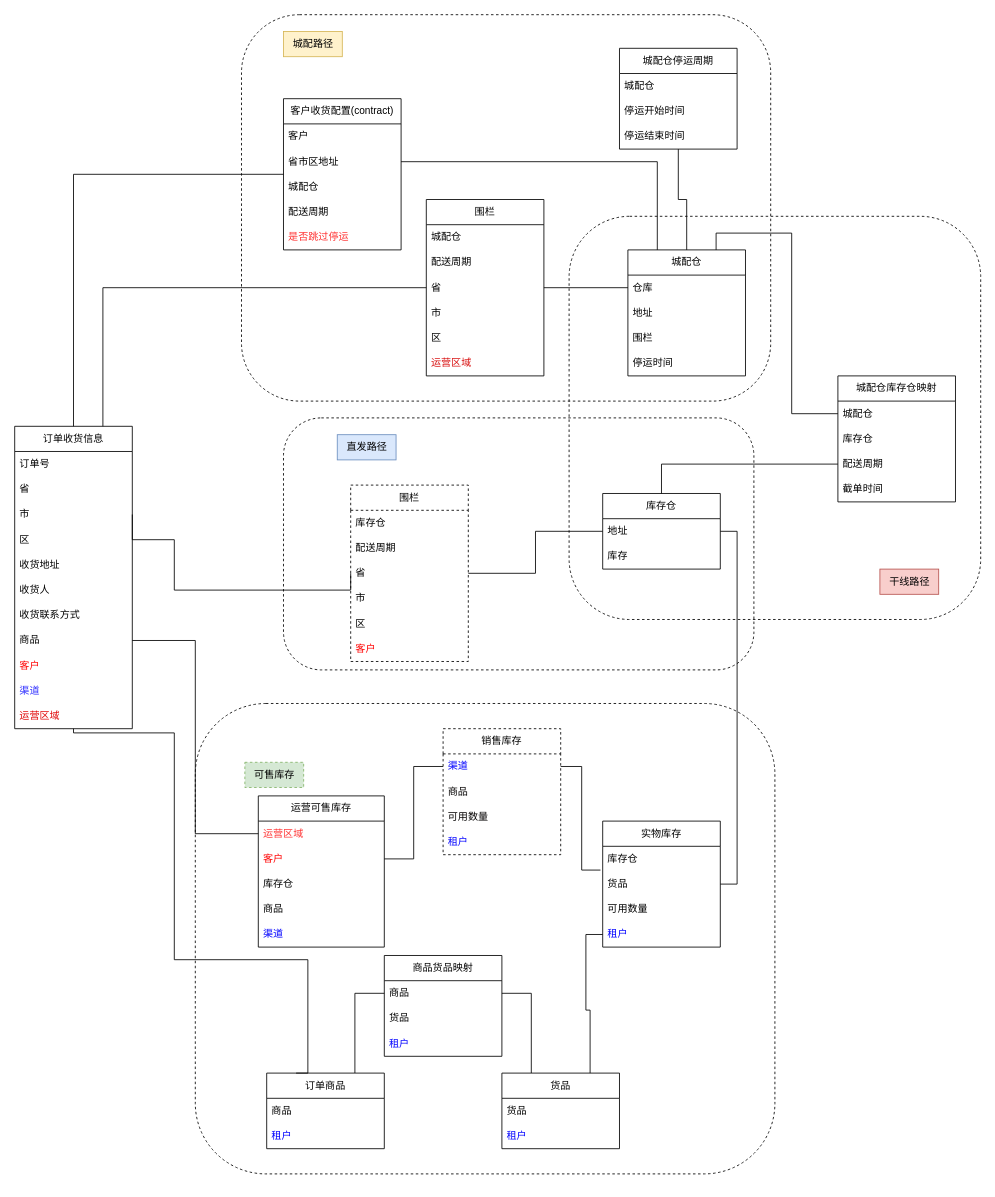
The draw.io diagram draw.io/履约调度逻辑.drawio in zzqfsy/zzqfsy.github.io, before the edit. Source tidied: cells renumbered, new cells numbered last; positions are measured from the earlier drawing's top-left corner, leaving out a move shared by most shapes. Both pictures are drawn from the tidied source at 84%, with x=0, y=0 at pixel (14, 14).
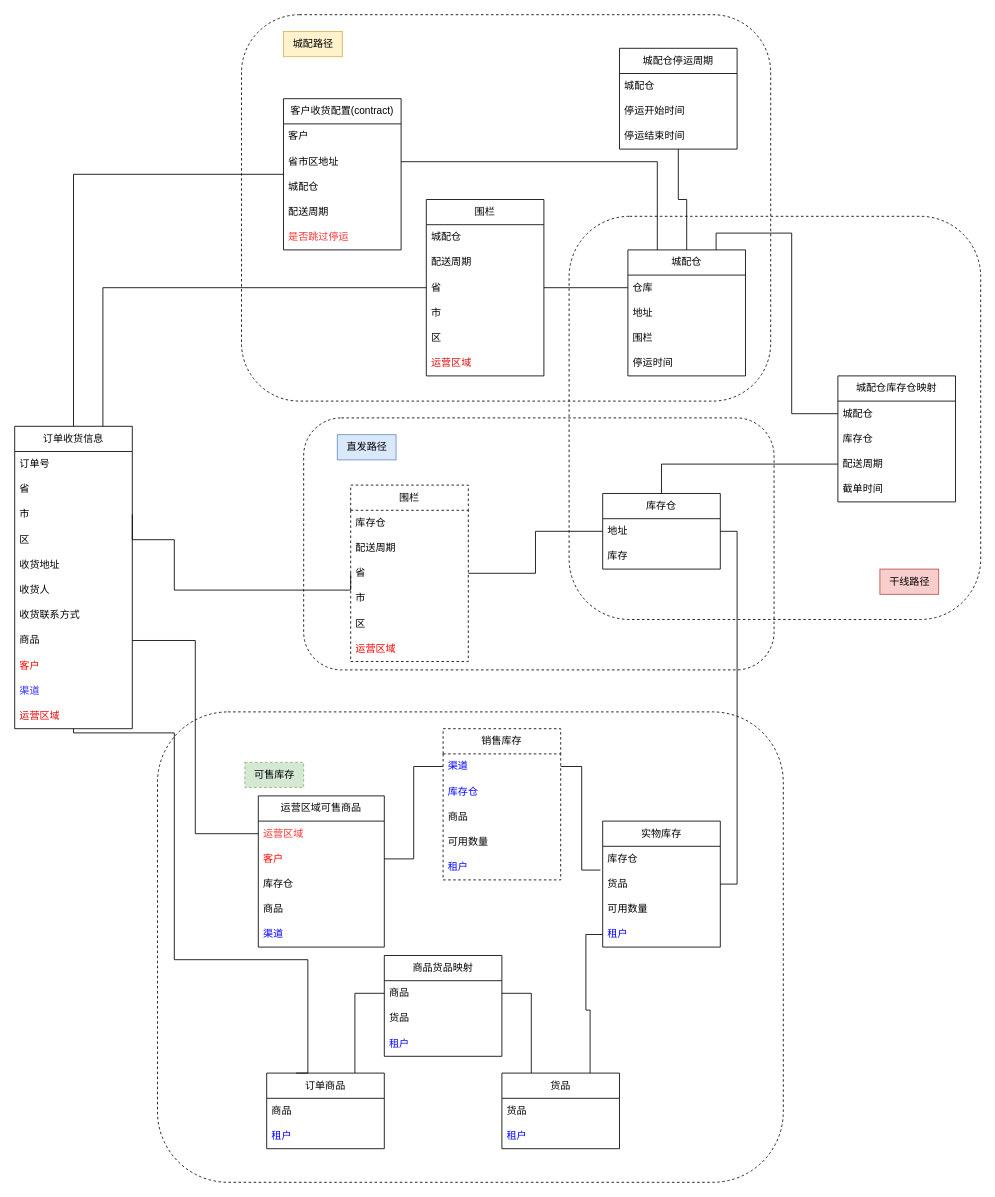
The same diagram, later.

Commit message (it also covers changes not shown here):
更新履约调度逻辑.drawio

The change refers to these unchanged cells:
```xml
<mxCell id="82" value="围栏" style="swimlane;fontStyle=0;horizontal=1;startSize=30;whiteSpace=wrap;html=1;fillStyle=auto;fillColor=none;gradientColor=default;dashed=1;" parent="1" vertex="1">
  <mxGeometry x="400" y="560" width="140" height="210" as="geometry" />
</mxCell>
```

The edit, as a diff of the source:
```diff
@@
-    <mxCell id="73" value="运营可售库存" style="swimlane;fontStyle=0;horizontal=1;startSize=30;whiteSpace=wrap;html=1;" parent="1" vertex="1">
+    <mxCell id="73" value="运营区域可售商品" style="swimlane;fontStyle=0;horizontal=1;startSize=30;whiteSpace=wrap;html=1;" parent="1" vertex="1">
       <mxGeometry x="290" y="930" width="150" height="180" as="geometry" />
     </mxCell>
@@
-    <mxCell id="88" value="客户" style="text;strokeColor=none;fillColor=none;align=left;verticalAlign=middle;spacingLeft=4;spacingRight=4;overflow=hidden;whiteSpace=wrap;html=1;dashed=1;fillStyle=auto;fontColor=#FF0000;" parent="82" vertex="1">
+    <mxCell id="88" value="运营区域" style="text;strokeColor=none;fillColor=none;align=left;verticalAlign=middle;spacingLeft=4;spacingRight=4;overflow=hidden;whiteSpace=wrap;html=1;dashed=1;fillStyle=auto;fontColor=#FF0000;" parent="82" vertex="1">
       <mxGeometry y="180" width="140" height="30" as="geometry" />
     </mxCell>
@@
     <mxCell id="91" style="rounded=1;whiteSpace=wrap;html=1;dashed=1;fillStyle=auto;fillColor=none;gradientColor=default;" parent="1" vertex="1">
-      <mxGeometry x="215" y="820" width="690" height="560" as="geometry" />
+      <mxGeometry x="170" y="830" width="745" height="560" as="geometry" />
     </mxCell>
     <mxCell id="92" style="rounded=1;whiteSpace=wrap;html=1;dashed=1;fillStyle=auto;fillColor=none;gradientColor=default;" parent="1" vertex="1">
-      <mxGeometry x="320" y="480" width="560" height="300" as="geometry" />
+      <mxGeometry x="344" y="480" width="560" height="300" as="geometry" />
     </mxCell>
@@
     <mxCell id="95" value="&lt;font color=&quot;#000000&quot;&gt;销售库存&lt;/font&gt;" style="swimlane;fontStyle=0;horizontal=1;startSize=30;whiteSpace=wrap;html=1;dashed=1;fillStyle=auto;fontColor=#FF0000;fillColor=none;gradientColor=default;" parent="1" vertex="1">
-      <mxGeometry x="510" y="850" width="140" height="150" as="geometry" />
+      <mxGeometry x="510" y="850" width="140" height="180" as="geometry" />
     </mxCell>
@@
+    <mxCell id="102" value="&lt;font color=&quot;#0000ff&quot;&gt;库存仓&lt;/font&gt;" style="text;strokeColor=none;fillColor=none;align=left;verticalAlign=middle;spacingLeft=4;spacingRight=4;overflow=hidden;whiteSpace=wrap;html=1;dashed=1;fillStyle=auto;fontColor=#FF0000;" parent="95" vertex="1">
+      <mxGeometry y="60" width="140" height="30" as="geometry" />
+    </mxCell>
     <mxCell id="97" value="商品" style="text;strokeColor=none;fillColor=none;align=left;verticalAlign=middle;spacingLeft=4;spacingRight=4;overflow=hidden;whiteSpace=wrap;html=1;dashed=1;fillStyle=auto;fontColor=#030000;" parent="95" vertex="1">
-      <mxGeometry y="60" width="140" height="30" as="geometry" />
+      <mxGeometry y="90" width="140" height="30" as="geometry" />
     </mxCell>
     <mxCell id="98" value="可用数量" style="text;strokeColor=none;fillColor=none;align=left;verticalAlign=middle;spacingLeft=4;spacingRight=4;overflow=hidden;whiteSpace=wrap;html=1;dashed=1;fillStyle=auto;fontColor=#030000;" parent="95" vertex="1">
-      <mxGeometry y="90" width="140" height="30" as="geometry" />
+      <mxGeometry y="120" width="140" height="30" as="geometry" />
     </mxCell>
     <mxCell id="99" value="&lt;font color=&quot;#0000ff&quot;&gt;租户&lt;/font&gt;" style="text;strokeColor=none;fillColor=none;align=left;verticalAlign=middle;spacingLeft=4;spacingRight=4;overflow=hidden;whiteSpace=wrap;html=1;dashed=1;fillStyle=auto;fontColor=#030000;" parent="95" vertex="1">
-      <mxGeometry y="120" width="140" height="30" as="geometry" />
+      <mxGeometry y="150" width="140" height="30" as="geometry" />
     </mxCell>
```
